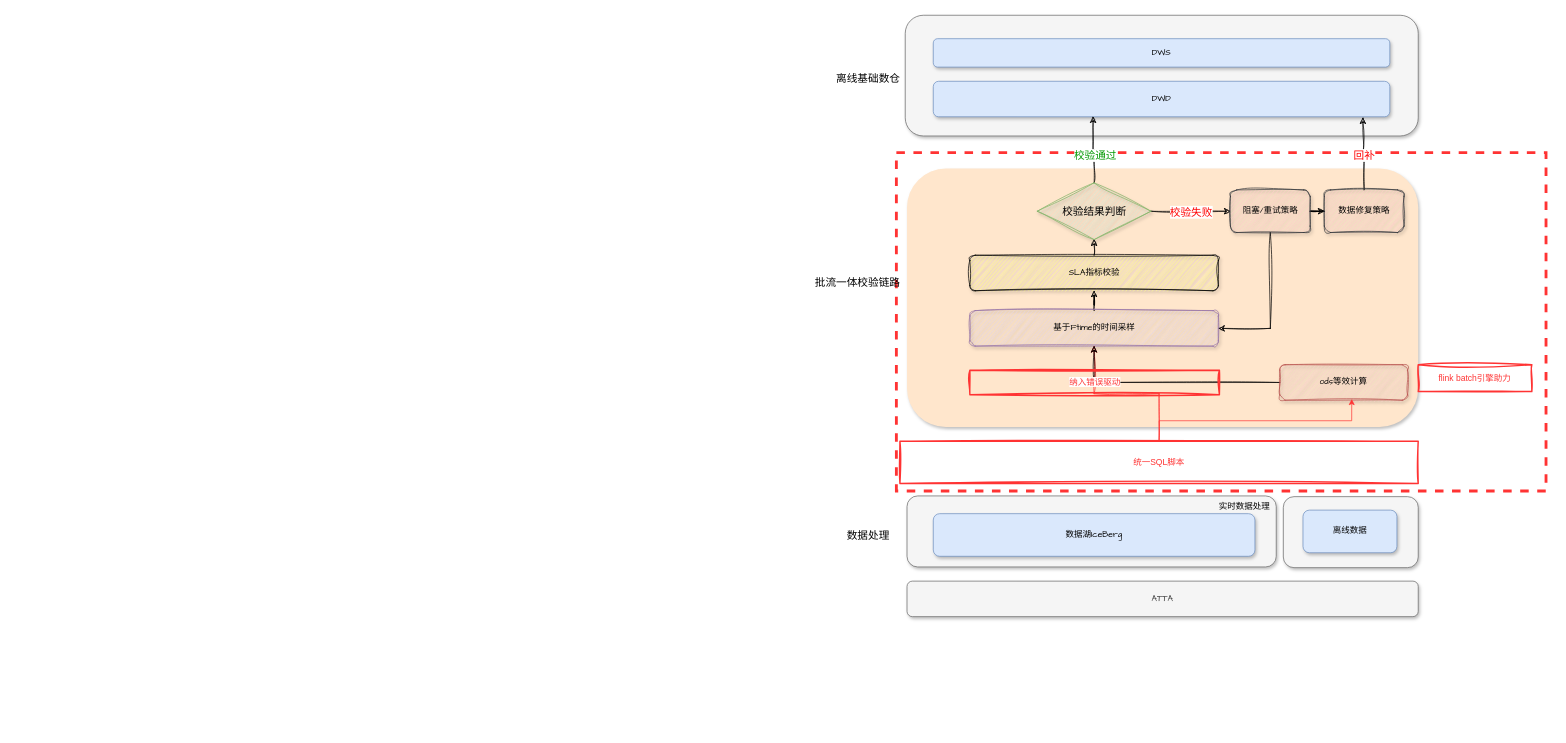
This is page "架构V3.0" (3 of 3) of 批流一体架构.drawio from Arthur-Lanc/drawio, a draw.io file, before an edit. Source tidied: cells renumbered, new cells numbered last; positions are measured from the earlier drawing's top-left corner, leaving out a move shared by most shapes. Both pictures are drawn from the tidied source at 71%, with x=0, y=0 at pixel (807, 15).
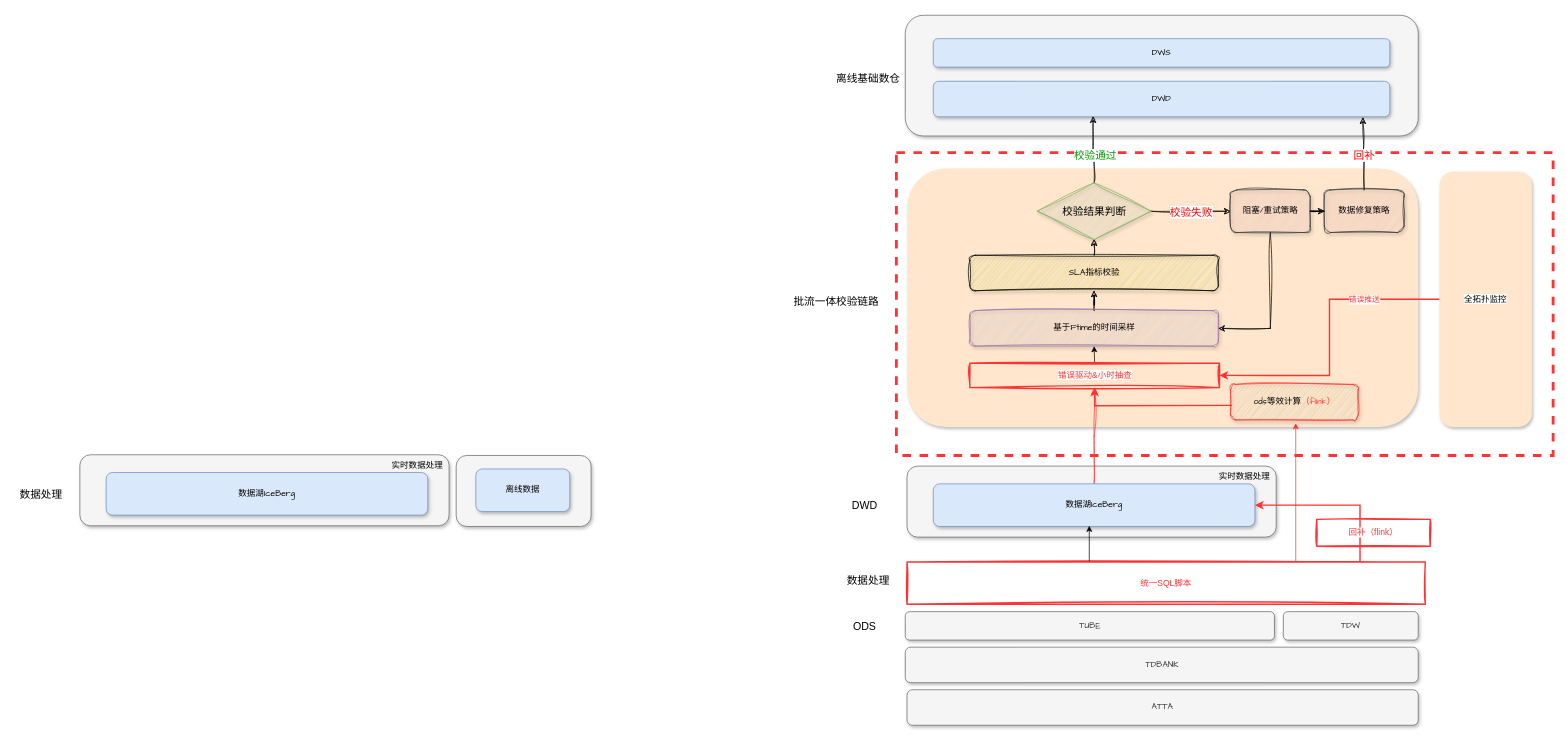
The same page after the edit.

Commit message:
更新批流一体架构.drawio

The change refers to these unchanged cells:
```xml
<mxCell id="20" value="基于Ftime的时间采样" style="rounded=1;whiteSpace=wrap;html=1;shadow=1;fontFamily=Comic Sans MS;sketch=1;curveFitting=1;jiggle=2;fillColor=#e1d5e7;strokeColor=#9673a6;" parent="1" vertex="1">
  <mxGeometry x="228.5" y="416" width="350" height="50" as="geometry" />
</mxCell>
```

Diff of the diagram source:
```diff
@@
     <mxCell id="2" style="rounded=0;whiteSpace=wrap;html=1;dashed=1;strokeWidth=4;strokeColor=#FF3333;fillColor=none;" parent="1" vertex="1">
-      <mxGeometry x="125" y="193.4" width="915" height="476.6" as="geometry" />
+      <mxGeometry x="125" y="193.4" width="925" height="426.6" as="geometry" />
     </mxCell>
@@
-    <mxCell id="4" style="rounded=1;whiteSpace=wrap;html=1;shadow=1;fontFamily=Comic Sans MS;fillColor=#f5f5f5;fontColor=#333333;strokeColor=#666666;" parent="1" vertex="1">
-      <mxGeometry x="670" y="678" width="190" height="100" as="geometry" />
-    </mxCell>
@@
     <mxCell id="6" style="rounded=1;whiteSpace=wrap;html=1;shadow=1;fontFamily=Comic Sans MS;fillColor=#f5f5f5;fontColor=#333333;strokeColor=#666666;" parent="1" vertex="1">
-      <mxGeometry x="140" y="677" width="520" height="100" as="geometry" />
+      <mxGeometry x="140" y="635" width="520" height="100" as="geometry" />
     </mxCell>
     <mxCell id="7" value="ATTA" style="rounded=1;whiteSpace=wrap;html=1;shadow=1;fontFamily=Comic Sans MS;fillColor=#f5f5f5;fontColor=#333333;strokeColor=#666666;" parent="1" vertex="1">
-      <mxGeometry x="140" y="797" width="720" height="50" as="geometry" />
+      <mxGeometry x="140" y="950" width="720" height="50" as="geometry" />
     </mxCell>
@@
     <mxCell id="9" value="批流一体校验链路" style="text;html=1;align=center;verticalAlign=middle;strokeColor=none;fillColor=none;fontSize=15;fontFamily=Helvetica;fontColor=#000000;" parent="1" vertex="1">
-      <mxGeometry y="361" width="140" height="30" as="geometry" />
+      <mxGeometry x="-30" y="388" width="140" height="30" as="geometry" />
     </mxCell>
@@
     <mxCell id="27" value="数据处理" style="text;html=1;align=center;verticalAlign=middle;strokeColor=none;fillColor=none;fontSize=15;fontFamily=Helvetica;fontColor=#000000;" parent="1" vertex="1">
-      <mxGeometry x="45" y="717" width="80" height="30" as="geometry" />
+      <mxGeometry x="45" y="780" width="80" height="30" as="geometry" />
     </mxCell>
-    <mxCell id="28" style="edgeStyle=orthogonalEdgeStyle;rounded=0;jettySize=auto;html=1;exitX=0.5;exitY=0;exitDx=0;exitDy=0;entryX=0.5;entryY=1;entryDx=0;entryDy=0;sketch=1;curveFitting=1;jiggle=2;startArrow=none;strokeColor=#FF3333;" parent="1" edge="1" source="35" target="20">
+    <mxCell id="28" style="edgeStyle=orthogonalEdgeStyle;rounded=0;jettySize=auto;html=1;exitX=0.5;exitY=0;exitDx=0;exitDy=0;entryX=0.5;entryY=1;entryDx=0;entryDy=0;sketch=1;curveFitting=1;jiggle=2;startArrow=none;strokeColor=#FF3333;" parent="1" edge="1" source="29" target="37">
       <mxGeometry relative="1" as="geometry" />
     </mxCell>
     <mxCell id="29" value="数据湖IceBerg" style="rounded=1;whiteSpace=wrap;html=1;shadow=1;fontFamily=Comic Sans MS;fillColor=#dae8fc;strokeColor=#6c8ebf;" parent="1" vertex="1">
-      <mxGeometry x="177" y="702" width="453" height="60" as="geometry" />
+      <mxGeometry x="177" y="660" width="453" height="60" as="geometry" />
     </mxCell>
+    <mxCell id="38" style="edgeStyle=orthogonalEdgeStyle;rounded=0;jettySize=auto;html=1;exitX=0;exitY=0.5;exitDx=0;exitDy=0;entryX=0.5;entryY=1;entryDx=0;entryDy=0;strokeColor=#FF3333;strokeWidth=2;" parent="1" edge="1" target="37">
+      <mxGeometry relative="1" as="geometry">
+        <mxPoint x="597.5" y="549.5" as="sourcePoint" />
+      </mxGeometry>
+    </mxCell>
+    <mxCell id="33" value="实时数据处理" style="text;html=1;align=center;verticalAlign=middle;strokeColor=none;fillColor=none;" parent="1" vertex="1">
+      <mxGeometry x="565" y="635" width="100" height="30" as="geometry" />
+    </mxCell>
+    <mxCell id="39" style="edgeStyle=orthogonalEdgeStyle;rounded=0;jettySize=auto;html=1;exitX=0.75;exitY=0;exitDx=0;exitDy=0;strokeColor=#FF3333;" parent="1" edge="1" source="35">
+      <mxGeometry relative="1" as="geometry">
+        <mxPoint x="687.5" y="574.5" as="targetPoint" />
+      </mxGeometry>
+    </mxCell>
+    <mxCell id="35" value="&lt;font style=&quot;background-color: rgb(255, 255, 255);&quot; color=&quot;#ff3333&quot;&gt;统一SQL脚本&lt;/font&gt;" style="text;html=1;strokeColor=#FF3333;fillColor=none;align=center;verticalAlign=middle;whiteSpace=wrap;rounded=0;sketch=1;curveFitting=1;jiggle=2;strokeWidth=2;" parent="1" vertex="1">
+      <mxGeometry x="140" y="770" width="730" height="59.5" as="geometry" />
+    </mxCell>
+    <mxCell id="40" style="edgeStyle=orthogonalEdgeStyle;rounded=0;jettySize=auto;html=1;exitX=0.5;exitY=0;exitDx=0;exitDy=0;entryX=0.5;entryY=1;entryDx=0;entryDy=0;" parent="1" edge="1" source="37" target="20">
+      <mxGeometry relative="1" as="geometry" />
+    </mxCell>
+    <mxCell id="37" value="&lt;font style=&quot;background-color: rgb(255, 255, 255);&quot; color=&quot;#ff3333&quot;&gt;错误驱动&amp;amp;小时抽查&lt;/font&gt;" style="text;html=1;strokeColor=#FF3333;fillColor=none;align=center;verticalAlign=middle;whiteSpace=wrap;rounded=0;sketch=1;curveFitting=1;jiggle=2;strokeWidth=2;" parent="1" vertex="1">
+      <mxGeometry x="228.5" y="490" width="351.5" height="34.5" as="geometry" />
+    </mxCell>
+    <mxCell id="41" value="TDBANK" style="rounded=1;whiteSpace=wrap;html=1;shadow=1;fontFamily=Comic Sans MS;fillColor=#f5f5f5;fontColor=#333333;strokeColor=#666666;" parent="1" vertex="1">
+      <mxGeometry x="137.5" y="890" width="722.5" height="50" as="geometry" />
+    </mxCell>
+    <mxCell id="42" value="TUBE" style="rounded=1;whiteSpace=wrap;html=1;shadow=1;fontFamily=Comic Sans MS;fillColor=#f5f5f5;fontColor=#333333;strokeColor=#666666;" parent="1" vertex="1">
+      <mxGeometry x="137.5" y="840" width="520" height="40" as="geometry" />
+    </mxCell>
+    <mxCell id="43" value="TDW" style="rounded=1;whiteSpace=wrap;html=1;shadow=1;fontFamily=Comic Sans MS;fillColor=#f5f5f5;fontColor=#333333;strokeColor=#666666;" parent="1" vertex="1">
+      <mxGeometry x="670" y="840" width="190" height="40" as="geometry" />
+    </mxCell>
+    <mxCell id="44" value="ODS" style="text;html=1;align=center;verticalAlign=middle;strokeColor=none;fillColor=none;fontSize=15;fontFamily=Helvetica;fontColor=#000000;" parent="1" vertex="1">
+      <mxGeometry x="50" y="845" width="60" height="30" as="geometry" />
+    </mxCell>
+    <mxCell id="45" style="rounded=1;whiteSpace=wrap;html=1;shadow=1;fontFamily=Comic Sans MS;fillColor=#f5f5f5;fontColor=#333333;strokeColor=#666666;" parent="1" vertex="1">
+      <mxGeometry x="-495" y="620" width="190" height="100" as="geometry" />
+    </mxCell>
+    <mxCell id="46" style="rounded=1;whiteSpace=wrap;html=1;shadow=1;fontFamily=Comic Sans MS;fillColor=#f5f5f5;fontColor=#333333;strokeColor=#666666;" parent="1" vertex="1">
+      <mxGeometry x="-1025" y="619" width="520" height="100" as="geometry" />
+    </mxCell>
+    <mxCell id="47" value="数据处理" style="text;html=1;align=center;verticalAlign=middle;strokeColor=none;fillColor=none;fontSize=15;fontFamily=Helvetica;fontColor=#000000;" parent="1" vertex="1">
+      <mxGeometry x="-1120" y="659" width="80" height="30" as="geometry" />
+    </mxCell>
+    <mxCell id="48" value="数据湖IceBerg" style="rounded=1;whiteSpace=wrap;html=1;shadow=1;fontFamily=Comic Sans MS;fillColor=#dae8fc;strokeColor=#6c8ebf;" parent="1" vertex="1">
+      <mxGeometry x="-988" y="644" width="453" height="60" as="geometry" />
+    </mxCell>
     <mxCell id="30" value="离线数据" style="rounded=1;whiteSpace=wrap;html=1;shadow=1;fontFamily=Comic Sans MS;fillColor=#dae8fc;strokeColor=#6c8ebf;" parent="1" vertex="1">
-      <mxGeometry x="697.7" y="697" width="132.3" height="60" as="geometry" />
+      <mxGeometry x="-467.3" y="639" width="132.3" height="60" as="geometry" />
     </mxCell>
-    <mxCell id="31" style="edgeStyle=orthogonalEdgeStyle;rounded=0;jettySize=auto;html=1;exitX=0;exitY=0.5;exitDx=0;exitDy=0;entryX=0.5;entryY=1;entryDx=0;entryDy=0;sketch=1;curveFitting=1;jiggle=2;" parent="1" edge="1" source="32" target="20">
-      <mxGeometry relative="1" as="geometry" />
-    </mxCell>
-    <mxCell id="32" value="ods等效计算" style="rounded=1;whiteSpace=wrap;html=1;shadow=1;fontFamily=Comic Sans MS;sketch=1;curveFitting=1;jiggle=2;fillColor=#f8cecc;strokeColor=#b85450;" parent="1" vertex="1">
-      <mxGeometry x="665" y="492.2" width="180" height="50" as="geometry" />
-    </mxCell>
-    <mxCell id="33" value="实时数据处理" style="text;html=1;align=center;verticalAlign=middle;strokeColor=none;fillColor=none;" parent="1" vertex="1">
-      <mxGeometry x="565" y="677" width="100" height="30" as="geometry" />
-    </mxCell>
-    <mxCell id="34" style="edgeStyle=orthogonalEdgeStyle;rounded=0;jettySize=auto;html=1;exitX=0.5;exitY=0;exitDx=0;exitDy=0;entryX=0.563;entryY=0.965;entryDx=0;entryDy=0;entryPerimeter=0;strokeColor=#FF3333;" parent="1" edge="1" source="35" target="32">
-      <mxGeometry relative="1" as="geometry" />
-    </mxCell>
-    <mxCell id="35" value="&lt;font style=&quot;background-color: rgb(255, 255, 255);&quot; color=&quot;#ff3333&quot;&gt;统一SQL脚本&lt;/font&gt;" style="text;html=1;strokeColor=#FF3333;fillColor=none;align=center;verticalAlign=middle;whiteSpace=wrap;rounded=0;sketch=1;curveFitting=1;jiggle=2;strokeWidth=2;" parent="1" vertex="1">
-      <mxGeometry x="130" y="600" width="730" height="59.5" as="geometry" />
-    </mxCell>
-    <mxCell id="36" value="&lt;font style=&quot;background-color: rgb(255, 255, 255);&quot; color=&quot;#ff3333&quot;&gt;flink batch引擎助力&lt;/font&gt;" style="text;html=1;strokeColor=#FF3333;fillColor=none;align=center;verticalAlign=middle;whiteSpace=wrap;rounded=0;sketch=1;curveFitting=1;jiggle=2;strokeWidth=2;" parent="1" vertex="1">
-      <mxGeometry x="860" y="492.2" width="160" height="37.8" as="geometry" />
-    </mxCell>
-    <mxCell id="37" value="&lt;font style=&quot;background-color: rgb(255, 255, 255);&quot; color=&quot;#ff3333&quot;&gt;纳入错误驱动&lt;/font&gt;" style="text;html=1;strokeColor=#FF3333;fillColor=none;align=center;verticalAlign=middle;whiteSpace=wrap;rounded=0;sketch=1;curveFitting=1;jiggle=2;strokeWidth=2;" parent="1" vertex="1">
-      <mxGeometry x="228.5" y="500" width="351.5" height="34.5" as="geometry" />
-    </mxCell>
+    <mxCell id="49" value="实时数据处理" style="text;html=1;align=center;verticalAlign=middle;strokeColor=none;fillColor=none;" parent="1" vertex="1">
+      <mxGeometry x="-600" y="619" width="100" height="30" as="geometry" />
+    </mxCell>
+    <mxCell id="50" value="DWD" style="text;html=1;align=center;verticalAlign=middle;strokeColor=none;fillColor=none;fontSize=15;fontFamily=Helvetica;fontColor=#000000;" parent="1" vertex="1">
+      <mxGeometry x="50" y="675" width="60" height="30" as="geometry" />
+    </mxCell>
+    <mxCell id="51" style="endArrow=classic;html=1;rounded=0;" parent="1" edge="1">
+      <mxGeometry relative="1" as="geometry">
+        <mxPoint x="396.7" y="769" as="sourcePoint" />
+        <mxPoint x="396.7" y="719" as="targetPoint" />
+      </mxGeometry>
+    </mxCell>
+    <mxCell id="52" style="endArrow=classic;html=1;rounded=0;entryX=1;entryY=0.5;entryDx=0;entryDy=0;exitX=0.874;exitY=-0.006;exitDx=0;exitDy=0;exitPerimeter=0;strokeColor=#FF3333;strokeWidth=2;" parent="1" edge="1" source="35" target="29">
+      <mxGeometry relative="1" as="geometry">
+        <Array as="points">
+          <mxPoint x="778" y="690" />
+        </Array>
+      </mxGeometry>
+    </mxCell>
+    <mxCell id="53" value="&lt;font color=&quot;#ff3333&quot;&gt;&lt;span style=&quot;background-color: rgb(255, 255, 255);&quot;&gt;回补（flink）&lt;/span&gt;&lt;/font&gt;" style="text;html=1;strokeColor=#FF3333;fillColor=none;align=center;verticalAlign=middle;whiteSpace=wrap;rounded=0;sketch=1;curveFitting=1;jiggle=2;strokeWidth=2;" parent="1" vertex="1">
+      <mxGeometry x="717" y="710" width="160" height="37.8" as="geometry" />
+    </mxCell>
+    <mxCell id="54" style="edgeStyle=orthogonalEdgeStyle;rounded=0;jettySize=auto;html=1;exitX=0;exitY=0.5;exitDx=0;exitDy=0;entryX=1;entryY=0.5;entryDx=0;entryDy=0;strokeColor=#FF3333;strokeWidth=2;" parent="1" edge="1" source="56" target="37">
+      <mxGeometry relative="1" as="geometry" />
+    </mxCell>
+    <mxCell id="55" value="&lt;font color=&quot;#ff3333&quot;&gt;错误推送&lt;/font&gt;" style="edgeLabel;html=1;align=center;verticalAlign=middle;" parent="54" vertex="1">
+      <mxGeometry x="-0.48" y="3" relative="1" as="geometry">
+        <mxPoint x="1" y="-3" as="offset" />
+      </mxGeometry>
+    </mxCell>
+    <mxCell id="56" value="&lt;font style=&quot;background-color: rgb(255, 255, 255);&quot;&gt;全拓扑监控&lt;/font&gt;" style="text;html=1;strokeColor=none;fillColor=#ffe6cc;align=center;verticalAlign=middle;whiteSpace=wrap;rounded=1;strokeWidth=2;shadow=1;" parent="1" vertex="1">
+      <mxGeometry x="890" y="220" width="130" height="360" as="geometry" />
+    </mxCell>
+    <mxCell id="57" value="ods等效计算&lt;font color=&quot;#ff3333&quot;&gt;（flink）&lt;/font&gt;" style="rounded=1;whiteSpace=wrap;html=1;shadow=1;fontFamily=Comic Sans MS;sketch=1;curveFitting=1;jiggle=2;fillColor=#fff2cc;strokeColor=#FF3333;" parent="1" vertex="1">
+      <mxGeometry x="595.5" y="520" width="180" height="50" as="geometry" />
+    </mxCell>
```
